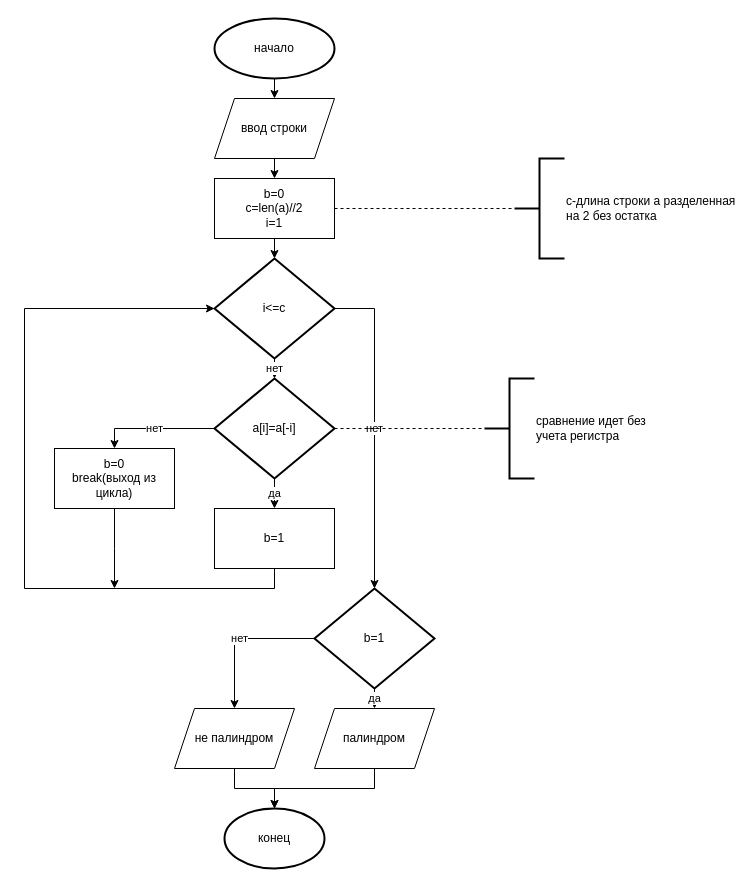
xXSafireXx/DKR-2 keeps this draw.io diagram as домашняя контрольная 2/2.drawio. Above is the earlier version. Source tidied: cells renumbered, new cells numbered last; positions are measured from the earlier drawing's top-left corner, leaving out a move shared by most shapes. Both pictures are drawn from the tidied source at 100%, with x=0, y=0 at pixel (24, 18).
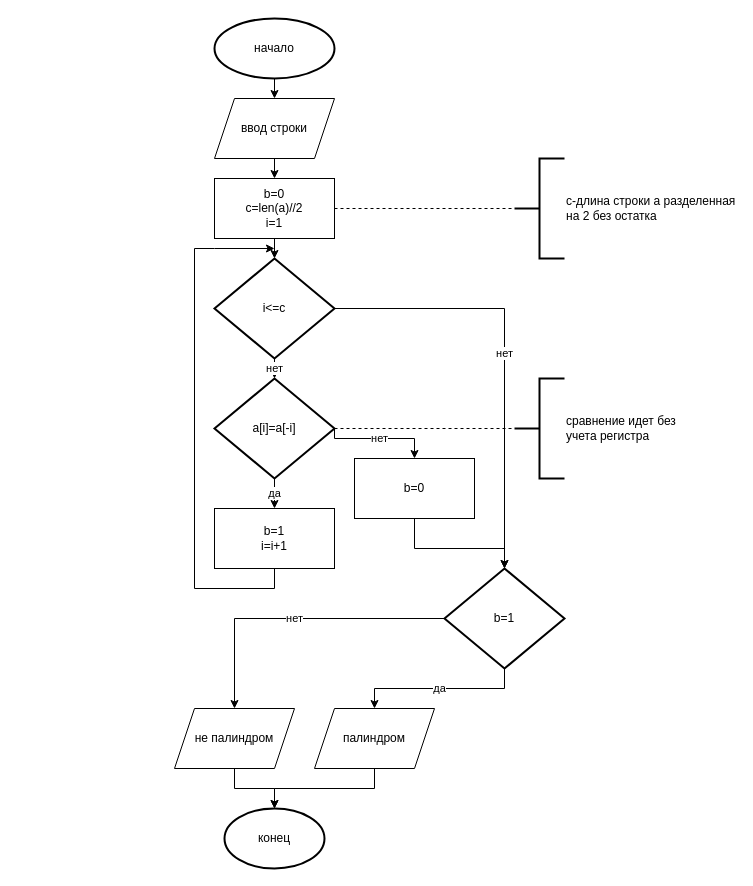
The same diagram, later.

Unchanged cells that the change refers to:
```xml
<mxCell id="12" value="i&amp;lt;=c" style="strokeWidth=2;html=1;shape=mxgraph.flowchart.decision;whiteSpace=wrap;" parent="1" vertex="1">
  <mxGeometry x="190" y="240" width="120" height="100" as="geometry" />
</mxCell>
<mxCell id="15" value="a[i]=a[-i]" style="strokeWidth=2;html=1;shape=mxgraph.flowchart.decision;whiteSpace=wrap;" parent="1" vertex="1">
  <mxGeometry x="190" y="360" width="120" height="100" as="geometry" />
</mxCell>
```

Change to the diagram source:
```diff
@@
-    <mxCell id="14" value="нет" style="edgeStyle=orthogonalEdgeStyle;rounded=0;jettySize=auto;html=1;exitX=0;exitY=0.5;exitDx=0;exitDy=0;exitPerimeter=0;entryX=0.5;entryY=0;entryDx=0;entryDy=0;" parent="1" edge="1" source="15" target="21">
-      <mxGeometry relative="1" as="geometry" />
+    <mxCell id="14" value="нет" style="edgeStyle=orthogonalEdgeStyle;rounded=0;jettySize=auto;html=1;entryX=0.5;entryY=0;entryDx=0;entryDy=0;" parent="1" edge="1" target="21">
+      <mxGeometry relative="1" as="geometry">
+        <mxPoint x="310" y="410" as="sourcePoint" />
+        <Array as="points">
+          <mxPoint x="310" y="420" />
+          <mxPoint x="390" y="420" />
+        </Array>
+      </mxGeometry>
     </mxCell>
@@
     <mxCell id="16" value="сравнение идет без&lt;br&gt;учета регистра" style="strokeWidth=2;html=1;shape=mxgraph.flowchart.annotation_2;align=left;labelPosition=right;" parent="1" vertex="1">
-      <mxGeometry x="460" y="360" width="50" height="100" as="geometry" />
+      <mxGeometry x="490" y="360" width="50" height="100" as="geometry" />
     </mxCell>
@@
-    <mxCell id="18" style="edgeStyle=orthogonalEdgeStyle;rounded=0;jettySize=auto;html=1;exitX=0.5;exitY=1;exitDx=0;exitDy=0;entryX=0;entryY=0.5;entryDx=0;entryDy=0;entryPerimeter=0;" parent="1" edge="1" source="19" target="12">
+    <mxCell id="18" style="edgeStyle=orthogonalEdgeStyle;rounded=0;jettySize=auto;html=1;exitX=0.5;exitY=1;exitDx=0;exitDy=0;" parent="1" edge="1" source="19">
       <mxGeometry relative="1" as="geometry">
+        <mxPoint x="250" y="230" as="targetPoint" />
         <Array as="points">
           <mxPoint x="250" y="570" />
-          <mxPoint y="570" />
-          <mxPoint y="290" />
+          <mxPoint x="170" y="570" />
+          <mxPoint x="170" y="230" />
+          <mxPoint x="190" y="230" />
         </Array>
       </mxGeometry>
     </mxCell>
-    <mxCell id="19" value="b=1" style="rounded=0;whiteSpace=wrap;html=1;" parent="1" vertex="1">
+    <mxCell id="19" value="b=1&lt;br&gt;i=i+1" style="rounded=0;whiteSpace=wrap;html=1;" parent="1" vertex="1">
       <mxGeometry x="190" y="490" width="120" height="60" as="geometry" />
     </mxCell>
-    <mxCell id="20" style="edgeStyle=orthogonalEdgeStyle;rounded=0;jettySize=auto;html=1;exitX=0.5;exitY=1;exitDx=0;exitDy=0;" parent="1" edge="1" source="21">
+    <mxCell id="20" style="edgeStyle=orthogonalEdgeStyle;rounded=0;jettySize=auto;html=1;exitX=0.5;exitY=1;exitDx=0;exitDy=0;entryX=0.5;entryY=0;entryDx=0;entryDy=0;entryPerimeter=0;" parent="1" edge="1" source="21" target="24">
       <mxGeometry relative="1" as="geometry">
-        <mxPoint x="90" y="570" as="targetPoint" />
+        <Array as="points">
+          <mxPoint x="390" y="530" />
+          <mxPoint x="480" y="530" />
+        </Array>
       </mxGeometry>
     </mxCell>
-    <mxCell id="21" value="b=0&lt;br&gt;break(выход из цикла)" style="rounded=0;whiteSpace=wrap;html=1;" parent="1" vertex="1">
-      <mxGeometry x="30" y="430" width="120" height="60" as="geometry" />
+    <mxCell id="21" value="b=0" style="rounded=0;whiteSpace=wrap;html=1;" parent="1" vertex="1">
+      <mxGeometry x="330" y="440" width="120" height="60" as="geometry" />
     </mxCell>
@@
     <mxCell id="24" value="b=1" style="strokeWidth=2;html=1;shape=mxgraph.flowchart.decision;whiteSpace=wrap;" parent="1" vertex="1">
-      <mxGeometry x="290" y="570" width="120" height="100" as="geometry" />
+      <mxGeometry x="420" y="550" width="120" height="100" as="geometry" />
     </mxCell>
```
